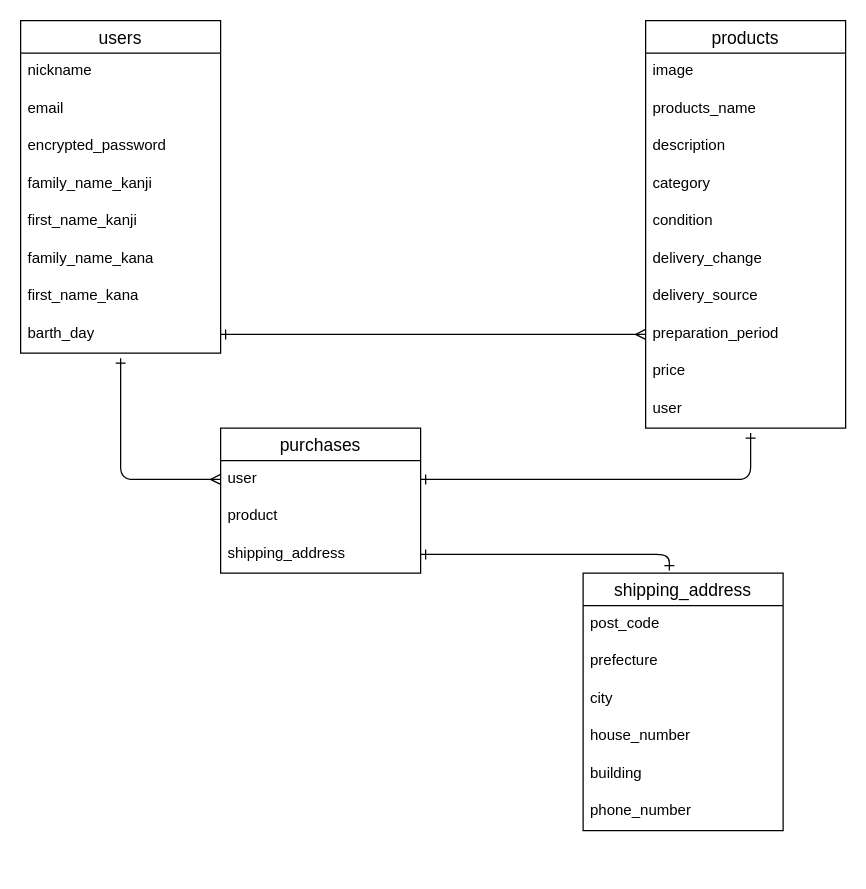
HeRoYo/furima-37141 keeps this draw.io diagram as ER.dio. Above is the earlier version. Source tidied: cells renumbered, new cells numbered last; positions are measured from the earlier drawing's top-left corner, leaving out a move shared by most shapes. Both pictures are drawn from the tidied source at 125%, with x=0, y=0 at pixel (20, 20).
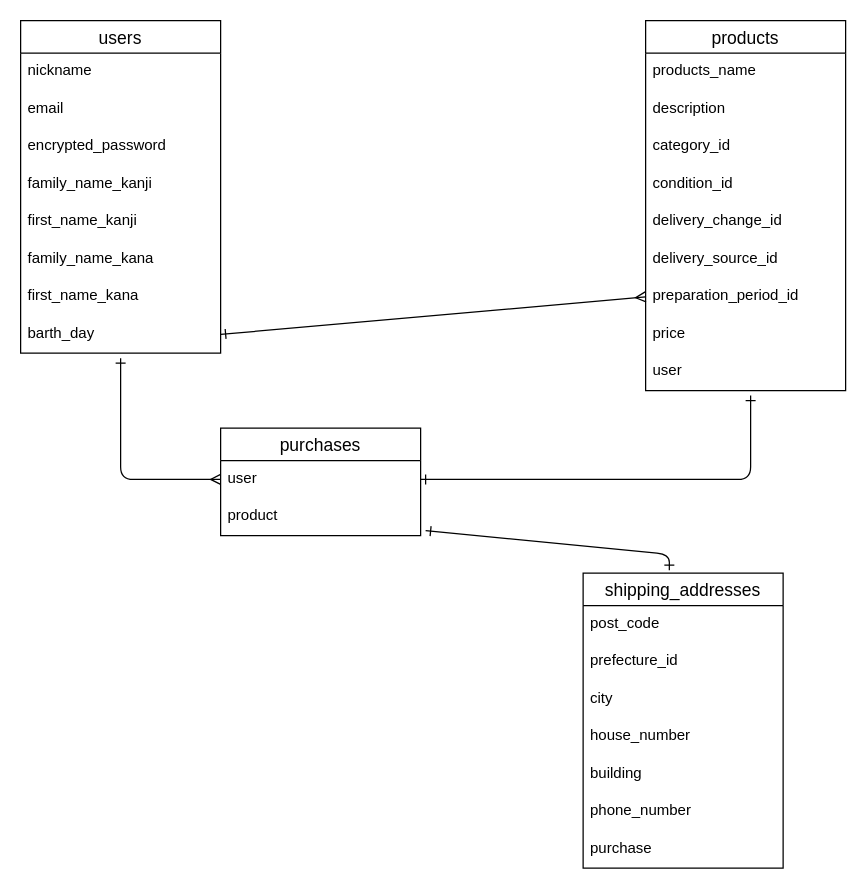
After the change.

The change refers to these unchanged cells:
```xml
<mxCell id="25" value="product" style="text;strokeColor=none;fillColor=none;spacingLeft=4;spacingRight=4;overflow=hidden;points=[[0,0.5],[1,0.5]];portConstraint=eastwest;fontSize=12;" parent="23" vertex="1">
  <mxGeometry y="56" width="160" height="30" as="geometry" />
</mxCell>
```

Change to the diagram source:
```diff
@@
     <mxCell id="11" value="products" style="swimlane;fontStyle=0;horizontal=1;startSize=26;align=center;fontSize=14;" parent="1" vertex="1">
-      <mxGeometry x="500" width="160" height="326" as="geometry" />
+      <mxGeometry x="500" width="160" height="296" as="geometry" />
     </mxCell>
-    <mxCell id="12" value="image" style="text;strokeColor=none;fillColor=none;spacingLeft=4;spacingRight=4;overflow=hidden;fontSize=12;" parent="11" vertex="1">
-      <mxGeometry y="26" width="160" height="30" as="geometry" />
-    </mxCell>
     <mxCell id="13" value="products_name" style="text;strokeColor=none;fillColor=none;spacingLeft=4;spacingRight=4;overflow=hidden;fontSize=12;" parent="11" vertex="1">
-      <mxGeometry y="56" width="160" height="30" as="geometry" />
+      <mxGeometry y="26" width="160" height="30" as="geometry" />
     </mxCell>
     <mxCell id="14" value="description" style="text;strokeColor=none;fillColor=none;spacingLeft=4;spacingRight=4;overflow=hidden;fontSize=12;" parent="11" vertex="1">
-      <mxGeometry y="86" width="160" height="30" as="geometry" />
+      <mxGeometry y="56" width="160" height="30" as="geometry" />
     </mxCell>
-    <mxCell id="15" value="category" style="text;strokeColor=none;fillColor=none;spacingLeft=4;spacingRight=4;overflow=hidden;fontSize=12;" parent="11" vertex="1">
-      <mxGeometry y="116" width="160" height="30" as="geometry" />
+    <mxCell id="15" value="category_id" style="text;strokeColor=none;fillColor=none;spacingLeft=4;spacingRight=4;overflow=hidden;fontSize=12;" parent="11" vertex="1">
+      <mxGeometry y="86" width="160" height="30" as="geometry" />
     </mxCell>
-    <mxCell id="16" value="condition" style="text;strokeColor=none;fillColor=none;spacingLeft=4;spacingRight=4;overflow=hidden;fontSize=12;" parent="11" vertex="1">
-      <mxGeometry y="146" width="160" height="30" as="geometry" />
+    <mxCell id="16" value="condition_id" style="text;strokeColor=none;fillColor=none;spacingLeft=4;spacingRight=4;overflow=hidden;fontSize=12;" parent="11" vertex="1">
+      <mxGeometry y="116" width="160" height="30" as="geometry" />
     </mxCell>
-    <mxCell id="17" value="delivery_change" style="text;strokeColor=none;fillColor=none;spacingLeft=4;spacingRight=4;overflow=hidden;fontSize=12;" parent="11" vertex="1">
-      <mxGeometry y="176" width="160" height="30" as="geometry" />
+    <mxCell id="17" value="delivery_change_id" style="text;strokeColor=none;fillColor=none;spacingLeft=4;spacingRight=4;overflow=hidden;fontSize=12;" parent="11" vertex="1">
+      <mxGeometry y="146" width="160" height="30" as="geometry" />
     </mxCell>
-    <mxCell id="18" value="delivery_source" style="text;strokeColor=none;fillColor=none;spacingLeft=4;spacingRight=4;overflow=hidden;fontSize=12;" parent="11" vertex="1">
-      <mxGeometry y="206" width="160" height="30" as="geometry" />
+    <mxCell id="18" value="delivery_source_id" style="text;strokeColor=none;fillColor=none;spacingLeft=4;spacingRight=4;overflow=hidden;fontSize=12;" parent="11" vertex="1">
+      <mxGeometry y="176" width="160" height="30" as="geometry" />
     </mxCell>
-    <mxCell id="19" value="preparation_period" style="text;strokeColor=none;fillColor=none;spacingLeft=4;spacingRight=4;overflow=hidden;points=[[0,0.5],[1,0.5]];portConstraint=eastwest;fontSize=12;" parent="11" vertex="1">
-      <mxGeometry y="236" width="160" height="30" as="geometry" />
+    <mxCell id="19" value="preparation_period_id" style="text;strokeColor=none;fillColor=none;spacingLeft=4;spacingRight=4;overflow=hidden;points=[[0,0.5],[1,0.5]];portConstraint=eastwest;fontSize=12;" parent="11" vertex="1">
+      <mxGeometry y="206" width="160" height="30" as="geometry" />
     </mxCell>
     <mxCell id="20" value="price" style="text;strokeColor=none;fillColor=none;spacingLeft=4;spacingRight=4;overflow=hidden;fontSize=12;" parent="11" vertex="1">
-      <mxGeometry y="266" width="160" height="30" as="geometry" />
+      <mxGeometry y="236" width="160" height="30" as="geometry" />
     </mxCell>
     <mxCell id="21" value="user" style="text;strokeColor=none;fillColor=none;spacingLeft=4;spacingRight=4;overflow=hidden;points=[[0,0.5],[1,0.5]];portConstraint=eastwest;fontSize=12;" parent="11" vertex="1">
-      <mxGeometry y="296" width="160" height="30" as="geometry" />
+      <mxGeometry y="266" width="160" height="30" as="geometry" />
     </mxCell>
@@
     <mxCell id="23" value="purchases" style="swimlane;fontStyle=0;horizontal=1;startSize=26;align=center;fontSize=14;" parent="1" vertex="1">
-      <mxGeometry x="160" y="326" width="160" height="116" as="geometry" />
+      <mxGeometry x="160" y="326" width="160" height="86" as="geometry" />
     </mxCell>
@@
-    <mxCell id="26" value="shipping_address" style="text;strokeColor=none;fillColor=none;spacingLeft=4;spacingRight=4;overflow=hidden;points=[[0,0.5],[1,0.5]];portConstraint=eastwest;fontSize=12;" parent="23" vertex="1">
-      <mxGeometry y="86" width="160" height="30" as="geometry" />
-    </mxCell>
@@
-    <mxCell id="28" value="shipping_address" style="swimlane;fontStyle=0;horizontal=1;startSize=26;align=center;fontSize=14;" parent="1" vertex="1">
-      <mxGeometry x="450" y="442" width="160" height="206" as="geometry" />
+    <mxCell id="28" value="shipping_addresses" style="swimlane;fontStyle=0;horizontal=1;startSize=26;align=center;fontSize=14;" parent="1" vertex="1">
+      <mxGeometry x="450" y="442" width="160" height="236" as="geometry" />
     </mxCell>
@@
-    <mxCell id="30" value="prefecture" style="text;strokeColor=none;fillColor=none;spacingLeft=4;spacingRight=4;overflow=hidden;fontSize=12;" parent="28" vertex="1">
-      <mxGeometry y="56" width="160" height="30" as="geometry" />
-    </mxCell>
+    <mxCell id="37" value="prefecture_id" style="text;strokeColor=none;fillColor=none;spacingLeft=4;spacingRight=4;overflow=hidden;fontSize=12;" parent="28" vertex="1">
+      <mxGeometry y="56" width="160" height="30" as="geometry" />
+    </mxCell>
@@
+    <mxCell id="38" value="purchase" style="text;strokeColor=none;fillColor=none;spacingLeft=4;spacingRight=4;overflow=hidden;fontSize=12;" parent="28" vertex="1">
+      <mxGeometry y="206" width="160" height="30" as="geometry" />
+    </mxCell>
-    <mxCell id="35" style="edgeStyle=none;html=1;exitX=1;exitY=0.5;exitDx=0;exitDy=0;entryX=0.431;entryY=-0.01;entryDx=0;entryDy=0;entryPerimeter=0;startArrow=ERone;startFill=0;endArrow=ERone;endFill=0;" parent="1" edge="1" source="26" target="28">
+    <mxCell id="35" style="edgeStyle=none;html=1;exitX=1.025;exitY=0.867;exitDx=0;exitDy=0;entryX=0.431;entryY=-0.01;entryDx=0;entryDy=0;entryPerimeter=0;startArrow=ERone;startFill=0;endArrow=ERone;endFill=0;exitPerimeter=0;" parent="1" edge="1" source="25" target="28">
       <mxGeometry relative="1" as="geometry">
         <Array as="points">
           <mxPoint x="519" y="427" />
         </Array>
       </mxGeometry>
     </mxCell>
```
